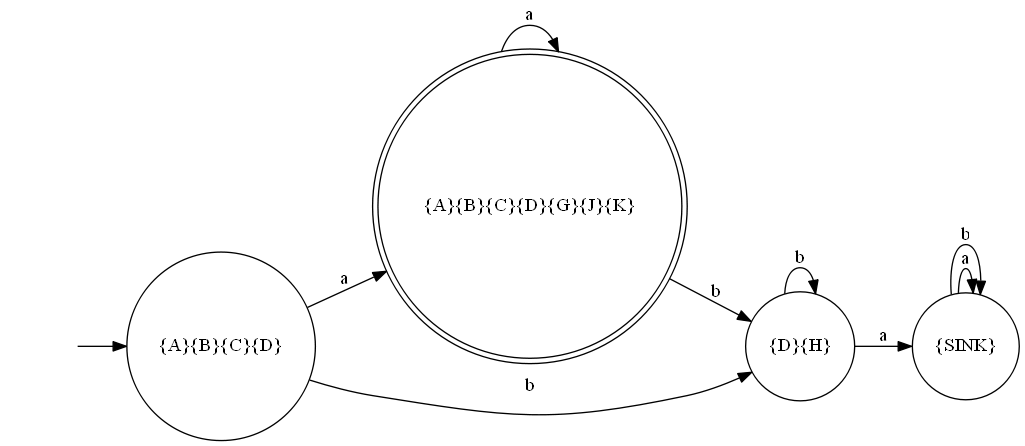
Earlier version of the Graphviz export Automate Picture/AutomataConvertedDFAPicture.dot.png (arjen0203/AutomataReader). Its source is kept beside it as Automate Picture/AutomataConvertedDFAPicture.dot.
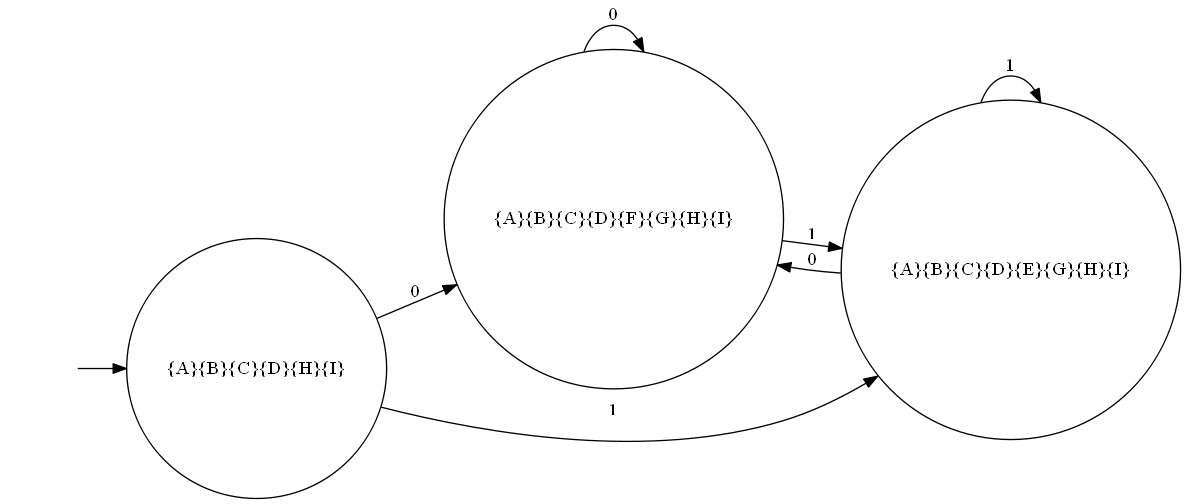
After the commit.

Change to the diagram source:
```diff
@@ -1,18 +1,15 @@
 digraph myAutomatonDFA {
 rankdir=LR;
 "" [shape=none]
-"{A}{B}{C}{D}" [shape=circle]
-"{A}{B}{C}{D}{G}{J}{K}" [shape=doublecircle]
-"{D}{H}" [shape=circle]
-"{SINK}" [shape=circle]
+"{A}{B}{C}{D}{H}{I}" [shape=circle]
+"{A}{B}{C}{D}{F}{G}{H}{I}" [shape=circle]
+"{A}{B}{C}{D}{E}{G}{H}{I}" [shape=circle]
 
-"" -> "{A}{B}{C}{D}"
-"{A}{B}{C}{D}" -> "{A}{B}{C}{D}{G}{J}{K}" [label="a"]
-"{A}{B}{C}{D}" -> "{D}{H}" [label="b"]
-"{A}{B}{C}{D}{G}{J}{K}" -> "{A}{B}{C}{D}{G}{J}{K}" [label="a"]
-"{A}{B}{C}{D}{G}{J}{K}" -> "{D}{H}" [label="b"]
-"{D}{H}" -> "{SINK}" [label="a"]
-"{D}{H}" -> "{D}{H}" [label="b"]
-"{SINK}" -> "{SINK}" [label="a"]
-"{SINK}" -> "{SINK}" [label="b"]
+"" -> "{A}{B}{C}{D}{H}{I}"
+"{A}{B}{C}{D}{H}{I}" -> "{A}{B}{C}{D}{F}{G}{H}{I}" [label="0"]
+"{A}{B}{C}{D}{H}{I}" -> "{A}{B}{C}{D}{E}{G}{H}{I}" [label="1"]
+"{A}{B}{C}{D}{F}{G}{H}{I}" -> "{A}{B}{C}{D}{F}{G}{H}{I}" [label="0"]
+"{A}{B}{C}{D}{F}{G}{H}{I}" -> "{A}{B}{C}{D}{E}{G}{H}{I}" [label="1"]
+"{A}{B}{C}{D}{E}{G}{H}{I}" -> "{A}{B}{C}{D}{F}{G}{H}{I}" [label="0"]
+"{A}{B}{C}{D}{E}{G}{H}{I}" -> "{A}{B}{C}{D}{E}{G}{H}{I}" [label="1"]
 }
```
